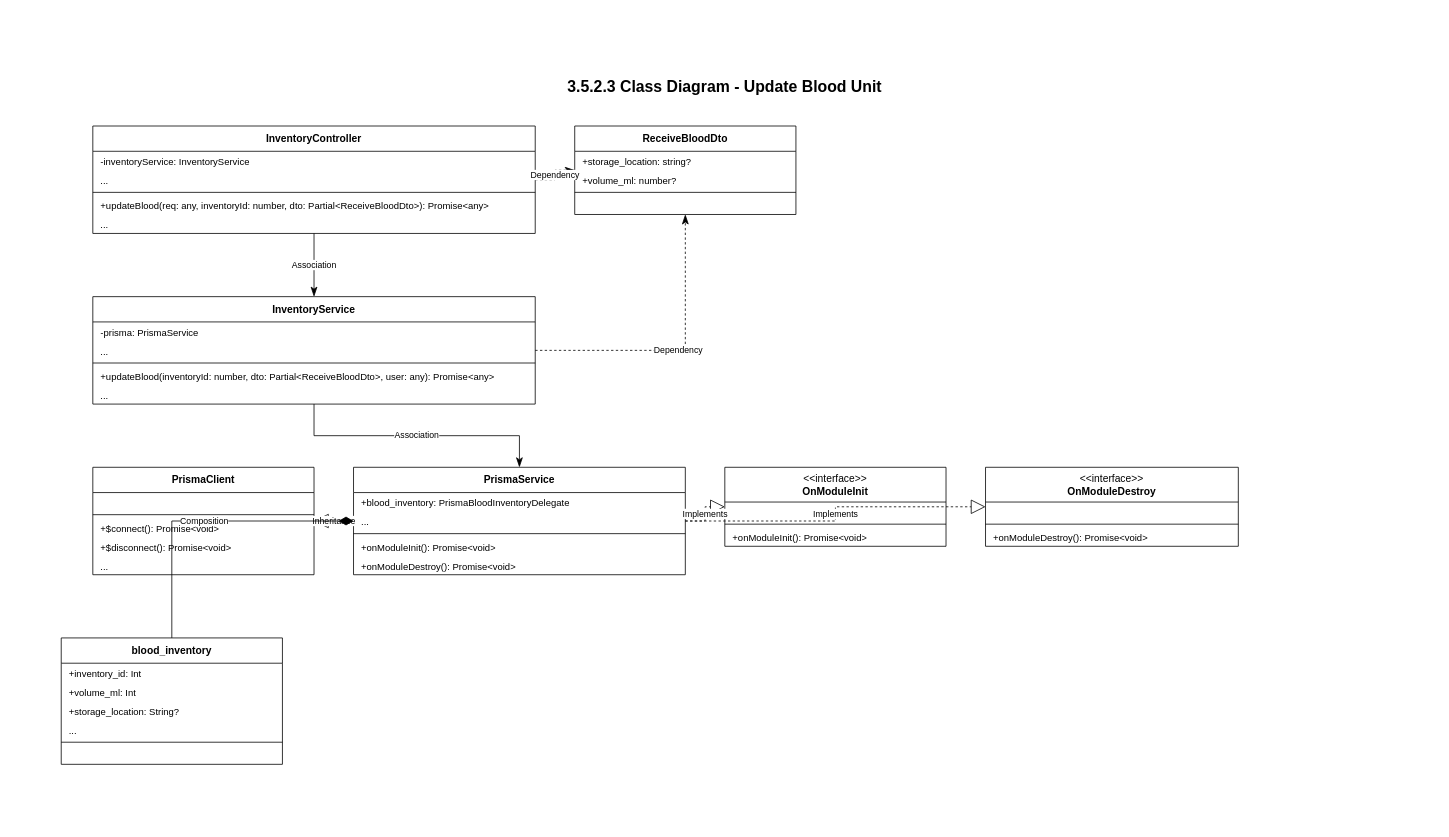
This is page "Update Blood Unit" (4 of 6) of inventory_all_class_diagrams.drawio from CuongBC195/class-diagram-donation-blood, a draw.io file, before an edit. Source tidied: cells renumbered, new cells numbered last; positions are measured from the earlier drawing's top-left corner, leaving out a move shared by most shapes. Both pictures are drawn from the tidied source at 79%, with x=0, y=0 at pixel (13, 70).
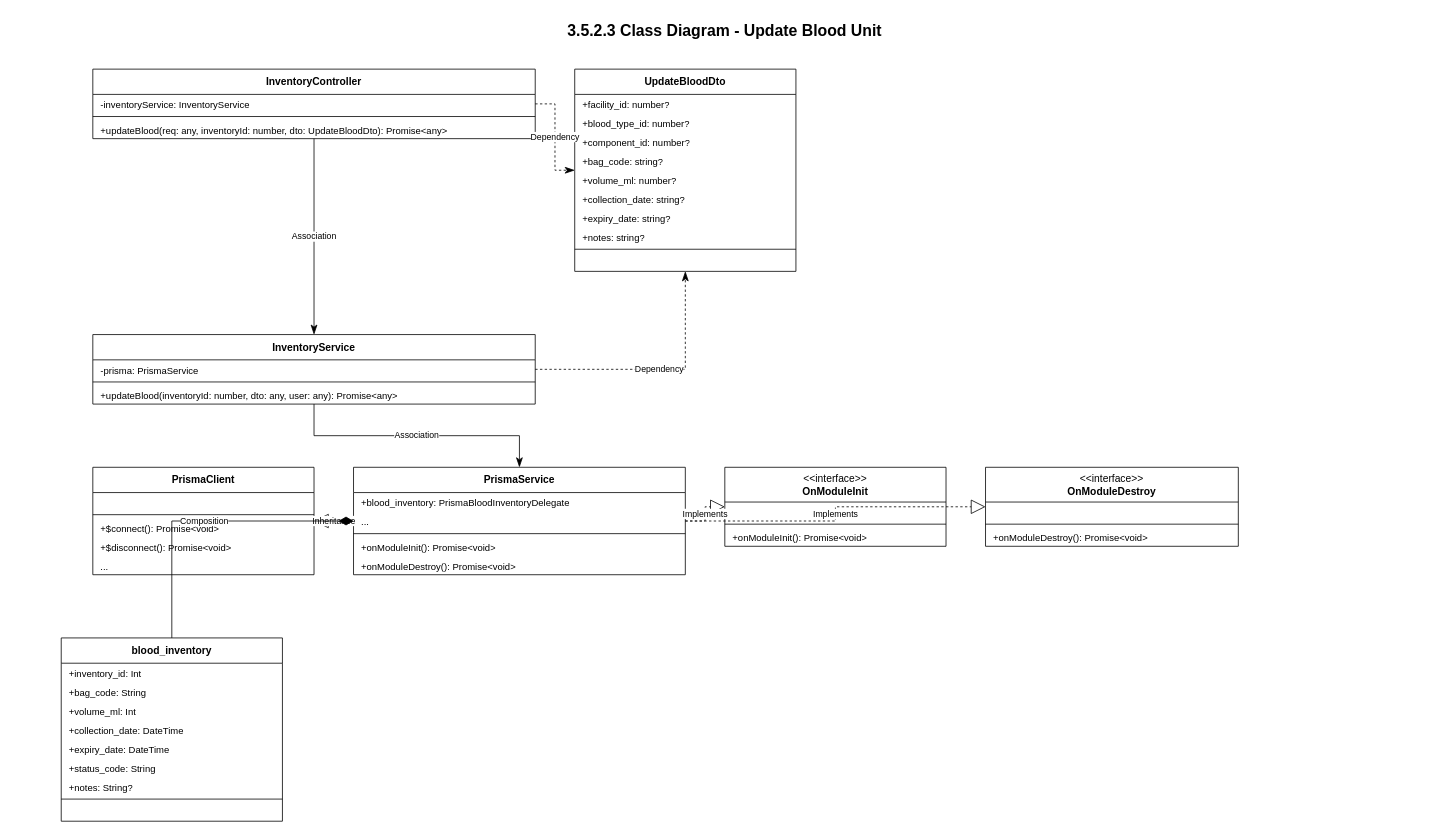
Above is the later version.

Commit message (it also covers changes not shown here):
fix(diagrams): audit Module 3.5 Blood Inventory (6 tabs) 100% matched with code & schema

The edit, as a diff of the source:
```diff
@@
     <mxCell id="2" value="3.5.2.3 Class Diagram - Update Blood Unit" style="text;html=1;strokeColor=none;fillColor=none;align=center;verticalAlign=middle;whiteSpace=wrap;rounded=0;fontFamily=Arial;fontSize=20;fontStyle=1;fontColor=#000000;" parent="1" vertex="1">
-      <mxGeometry width="1800" height="40" as="geometry" />
+      <mxGeometry y="-72" width="1800" height="40" as="geometry" />
     </mxCell>
     <mxCell id="3" value="&lt;b&gt;InventoryController&lt;/b&gt;" style="swimlane;fontStyle=0;horizontal=1;startSize=32;whiteSpace=wrap;html=1;fillColor=#ffffff;strokeColor=#000000;swimlaneFillColor=#ffffff;fontColor=#000000;fontFamily=Arial;fontSize=13;" parent="1" vertex="1">
-      <mxGeometry x="100" y="70" width="560" height="136" as="geometry" />
+      <mxGeometry x="100" y="-2" width="560" height="88" as="geometry" />
     </mxCell>
@@
-    <mxCell id="5" value="..." style="text;strokeColor=none;fillColor=none;align=left;verticalAlign=top;spacingLeft=8;spacingRight=8;overflow=hidden;whiteSpace=wrap;html=1;fontFamily=Arial;fontSize=12;fontColor=#000000;" parent="3" vertex="1">
-      <mxGeometry y="56" width="560" height="24" as="geometry" />
-    </mxCell>
     <mxCell id="6" style="line;strokeWidth=1;fillColor=none;strokeColor=#000000;align=left;verticalAlign=middle;" parent="3" vertex="1">
-      <mxGeometry y="80" width="560" height="8" as="geometry" />
+      <mxGeometry y="56" width="560" height="8" as="geometry" />
     </mxCell>
-    <mxCell id="7" value="+updateBlood(req: any, inventoryId: number, dto: Partial&amp;lt;ReceiveBloodDto&amp;gt;): Promise&amp;lt;any&amp;gt;" style="text;strokeColor=none;fillColor=none;align=left;verticalAlign=top;spacingLeft=8;spacingRight=8;overflow=hidden;whiteSpace=wrap;html=1;fontFamily=Arial;fontSize=12;fontColor=#000000;" parent="3" vertex="1">
-      <mxGeometry y="88" width="560" height="24" as="geometry" />
+    <mxCell id="7" value="+updateBlood(req: any, inventoryId: number, dto: UpdateBloodDto): Promise&amp;lt;any&amp;gt;" style="text;strokeColor=none;fillColor=none;align=left;verticalAlign=top;spacingLeft=8;spacingRight=8;overflow=hidden;whiteSpace=wrap;html=1;fontFamily=Arial;fontSize=12;fontColor=#000000;" parent="3" vertex="1">
+      <mxGeometry y="64" width="560" height="24" as="geometry" />
     </mxCell>
-    <mxCell id="8" value="..." style="text;strokeColor=none;fillColor=none;align=left;verticalAlign=top;spacingLeft=8;spacingRight=8;overflow=hidden;whiteSpace=wrap;html=1;fontFamily=Arial;fontSize=12;fontColor=#000000;" parent="3" vertex="1">
-      <mxGeometry y="112" width="560" height="24" as="geometry" />
-    </mxCell>
-    <mxCell id="9" value="&lt;b&gt;ReceiveBloodDto&lt;/b&gt;" style="swimlane;fontStyle=0;horizontal=1;startSize=32;whiteSpace=wrap;html=1;fillColor=#ffffff;strokeColor=#000000;swimlaneFillColor=#ffffff;fontColor=#000000;fontFamily=Arial;fontSize=13;" parent="1" vertex="1">
-      <mxGeometry x="710" y="70" width="280" height="112" as="geometry" />
-    </mxCell>
-    <mxCell id="10" value="+storage_location: string?" style="text;strokeColor=none;fillColor=none;align=left;verticalAlign=top;spacingLeft=8;spacingRight=8;overflow=hidden;whiteSpace=wrap;html=1;fontFamily=Arial;fontSize=12;fontColor=#000000;" parent="9" vertex="1">
-      <mxGeometry y="32" width="280" height="24" as="geometry" />
-    </mxCell>
+    <mxCell id="55" value="&lt;b&gt;UpdateBloodDto&lt;/b&gt;" style="swimlane;fontStyle=0;horizontal=1;startSize=32;whiteSpace=wrap;html=1;fillColor=#ffffff;strokeColor=#000000;swimlaneFillColor=#ffffff;fontColor=#000000;fontFamily=Arial;fontSize=13;" parent="1" vertex="1">
+      <mxGeometry x="710" y="-2" width="280" height="256" as="geometry" />
+    </mxCell>
+    <mxCell id="56" value="+facility_id: number?" style="text;strokeColor=none;fillColor=none;align=left;verticalAlign=top;spacingLeft=8;spacingRight=8;overflow=hidden;whiteSpace=wrap;html=1;fontFamily=Arial;fontSize=12;fontColor=#000000;" parent="55" vertex="1">
+      <mxGeometry y="32" width="280" height="24" as="geometry" />
+    </mxCell>
+    <mxCell id="57" value="+blood_type_id: number?" style="text;strokeColor=none;fillColor=none;align=left;verticalAlign=top;spacingLeft=8;spacingRight=8;overflow=hidden;whiteSpace=wrap;html=1;fontFamily=Arial;fontSize=12;fontColor=#000000;" parent="55" vertex="1">
+      <mxGeometry y="56" width="280" height="24" as="geometry" />
+    </mxCell>
+    <mxCell id="58" value="+component_id: number?" style="text;strokeColor=none;fillColor=none;align=left;verticalAlign=top;spacingLeft=8;spacingRight=8;overflow=hidden;whiteSpace=wrap;html=1;fontFamily=Arial;fontSize=12;fontColor=#000000;" parent="55" vertex="1">
+      <mxGeometry y="80" width="280" height="24" as="geometry" />
+    </mxCell>
+    <mxCell id="59" value="+bag_code: string?" style="text;strokeColor=none;fillColor=none;align=left;verticalAlign=top;spacingLeft=8;spacingRight=8;overflow=hidden;whiteSpace=wrap;html=1;fontFamily=Arial;fontSize=12;fontColor=#000000;" parent="55" vertex="1">
+      <mxGeometry y="104" width="280" height="24" as="geometry" />
+    </mxCell>
-    <mxCell id="11" value="+volume_ml: number?" style="text;strokeColor=none;fillColor=none;align=left;verticalAlign=top;spacingLeft=8;spacingRight=8;overflow=hidden;whiteSpace=wrap;html=1;fontFamily=Arial;fontSize=12;fontColor=#000000;" parent="9" vertex="1">
-      <mxGeometry y="56" width="280" height="24" as="geometry" />
+    <mxCell id="11" value="+volume_ml: number?" style="text;strokeColor=none;fillColor=none;align=left;verticalAlign=top;spacingLeft=8;spacingRight=8;overflow=hidden;whiteSpace=wrap;html=1;fontFamily=Arial;fontSize=12;fontColor=#000000;" parent="55" vertex="1">
+      <mxGeometry y="128" width="280" height="24" as="geometry" />
     </mxCell>
-    <mxCell id="12" style="line;strokeWidth=1;fillColor=none;strokeColor=#000000;align=left;verticalAlign=middle;" parent="9" vertex="1">
-      <mxGeometry y="80" width="280" height="8" as="geometry" />
-    </mxCell>
-    <mxCell id="13" value=" " style="text;strokeColor=none;fillColor=none;align=left;verticalAlign=top;spacingLeft=8;spacingRight=8;overflow=hidden;whiteSpace=wrap;html=1;fontFamily=Arial;fontSize=12;fontColor=#000000;" parent="9" vertex="1">
-      <mxGeometry y="88" width="280" height="24" as="geometry" />
-    </mxCell>
+    <mxCell id="60" value="+collection_date: string?" style="text;strokeColor=none;fillColor=none;align=left;verticalAlign=top;spacingLeft=8;spacingRight=8;overflow=hidden;whiteSpace=wrap;html=1;fontFamily=Arial;fontSize=12;fontColor=#000000;" parent="55" vertex="1">
+      <mxGeometry y="152" width="280" height="24" as="geometry" />
+    </mxCell>
+    <mxCell id="61" value="+expiry_date: string?" style="text;strokeColor=none;fillColor=none;align=left;verticalAlign=top;spacingLeft=8;spacingRight=8;overflow=hidden;whiteSpace=wrap;html=1;fontFamily=Arial;fontSize=12;fontColor=#000000;" parent="55" vertex="1">
+      <mxGeometry y="176" width="280" height="24" as="geometry" />
+    </mxCell>
+    <mxCell id="62" value="+notes: string?" style="text;strokeColor=none;fillColor=none;align=left;verticalAlign=top;spacingLeft=8;spacingRight=8;overflow=hidden;whiteSpace=wrap;html=1;fontFamily=Arial;fontSize=12;fontColor=#000000;" parent="55" vertex="1">
+      <mxGeometry y="200" width="280" height="24" as="geometry" />
+    </mxCell>
+    <mxCell id="63" style="line;strokeWidth=1;fillColor=none;strokeColor=#000000;align=left;verticalAlign=middle;" parent="55" vertex="1">
+      <mxGeometry y="224" width="280" height="8" as="geometry" />
+    </mxCell>
+    <mxCell id="64" value=" " style="text;strokeColor=none;fillColor=none;align=left;verticalAlign=top;spacingLeft=8;spacingRight=8;overflow=hidden;whiteSpace=wrap;html=1;fontFamily=Arial;fontSize=12;fontColor=#000000;" parent="55" vertex="1">
+      <mxGeometry y="232" width="280" height="24" as="geometry" />
+    </mxCell>
     <mxCell id="14" value="&lt;b&gt;InventoryService&lt;/b&gt;" style="swimlane;fontStyle=0;horizontal=1;startSize=32;whiteSpace=wrap;html=1;fillColor=#ffffff;strokeColor=#000000;swimlaneFillColor=#ffffff;fontColor=#000000;fontFamily=Arial;fontSize=13;" parent="1" vertex="1">
-      <mxGeometry x="100" y="286" width="560" height="136" as="geometry" />
+      <mxGeometry x="100" y="334" width="560" height="88" as="geometry" />
     </mxCell>
@@
-    <mxCell id="16" value="..." style="text;strokeColor=none;fillColor=none;align=left;verticalAlign=top;spacingLeft=8;spacingRight=8;overflow=hidden;whiteSpace=wrap;html=1;fontFamily=Arial;fontSize=12;fontColor=#000000;" parent="14" vertex="1">
-      <mxGeometry y="56" width="560" height="24" as="geometry" />
-    </mxCell>
     <mxCell id="17" style="line;strokeWidth=1;fillColor=none;strokeColor=#000000;align=left;verticalAlign=middle;" parent="14" vertex="1">
-      <mxGeometry y="80" width="560" height="8" as="geometry" />
+      <mxGeometry y="56" width="560" height="8" as="geometry" />
     </mxCell>
-    <mxCell id="18" value="+updateBlood(inventoryId: number, dto: Partial&amp;lt;ReceiveBloodDto&amp;gt;, user: any): Promise&amp;lt;any&amp;gt;" style="text;strokeColor=none;fillColor=none;align=left;verticalAlign=top;spacingLeft=8;spacingRight=8;overflow=hidden;whiteSpace=wrap;html=1;fontFamily=Arial;fontSize=12;fontColor=#000000;" parent="14" vertex="1">
-      <mxGeometry y="88" width="560" height="24" as="geometry" />
+    <mxCell id="18" value="+updateBlood(inventoryId: number, dto: any, user: any): Promise&amp;lt;any&amp;gt;" style="text;strokeColor=none;fillColor=none;align=left;verticalAlign=top;spacingLeft=8;spacingRight=8;overflow=hidden;whiteSpace=wrap;html=1;fontFamily=Arial;fontSize=12;fontColor=#000000;" parent="14" vertex="1">
+      <mxGeometry y="64" width="560" height="24" as="geometry" />
     </mxCell>
-    <mxCell id="19" value="..." style="text;strokeColor=none;fillColor=none;align=left;verticalAlign=top;spacingLeft=8;spacingRight=8;overflow=hidden;whiteSpace=wrap;html=1;fontFamily=Arial;fontSize=12;fontColor=#000000;" parent="14" vertex="1">
-      <mxGeometry y="112" width="560" height="24" as="geometry" />
-    </mxCell>
@@
     <mxCell id="40" value="&lt;b&gt;blood_inventory&lt;/b&gt;" style="swimlane;fontStyle=0;horizontal=1;startSize=32;whiteSpace=wrap;html=1;fillColor=#ffffff;strokeColor=#000000;swimlaneFillColor=#ffffff;fontColor=#000000;fontFamily=Arial;fontSize=13;" parent="1" vertex="1">
-      <mxGeometry x="60" y="718" width="280" height="160" as="geometry" />
+      <mxGeometry x="60" y="718" width="280" height="232" as="geometry" />
     </mxCell>
@@
-    <mxCell id="42" value="+volume_ml: Int" style="text;strokeColor=none;fillColor=none;align=left;verticalAlign=top;spacingLeft=8;spacingRight=8;overflow=hidden;whiteSpace=wrap;html=1;fontFamily=Arial;fontSize=12;fontColor=#000000;" parent="40" vertex="1">
+    <mxCell id="42" value="+bag_code: String" style="text;strokeColor=none;fillColor=none;align=left;verticalAlign=top;spacingLeft=8;spacingRight=8;overflow=hidden;whiteSpace=wrap;html=1;fontFamily=Arial;fontSize=12;fontColor=#000000;" parent="40" vertex="1">
       <mxGeometry y="56" width="280" height="24" as="geometry" />
     </mxCell>
-    <mxCell id="43" value="+storage_location: String?" style="text;strokeColor=none;fillColor=none;align=left;verticalAlign=top;spacingLeft=8;spacingRight=8;overflow=hidden;whiteSpace=wrap;html=1;fontFamily=Arial;fontSize=12;fontColor=#000000;" parent="40" vertex="1">
+    <mxCell id="43" value="+volume_ml: Int" style="text;strokeColor=none;fillColor=none;align=left;verticalAlign=top;spacingLeft=8;spacingRight=8;overflow=hidden;whiteSpace=wrap;html=1;fontFamily=Arial;fontSize=12;fontColor=#000000;" parent="40" vertex="1">
       <mxGeometry y="80" width="280" height="24" as="geometry" />
     </mxCell>
-    <mxCell id="44" value="..." style="text;strokeColor=none;fillColor=none;align=left;verticalAlign=top;spacingLeft=8;spacingRight=8;overflow=hidden;whiteSpace=wrap;html=1;fontFamily=Arial;fontSize=12;fontColor=#000000;" parent="40" vertex="1">
+    <mxCell id="44" value="+collection_date: DateTime" style="text;strokeColor=none;fillColor=none;align=left;verticalAlign=top;spacingLeft=8;spacingRight=8;overflow=hidden;whiteSpace=wrap;html=1;fontFamily=Arial;fontSize=12;fontColor=#000000;" parent="40" vertex="1">
       <mxGeometry y="104" width="280" height="24" as="geometry" />
     </mxCell>
+    <mxCell id="65" value="+expiry_date: DateTime" style="text;strokeColor=none;fillColor=none;align=left;verticalAlign=top;spacingLeft=8;spacingRight=8;overflow=hidden;whiteSpace=wrap;html=1;fontFamily=Arial;fontSize=12;fontColor=#000000;" parent="40" vertex="1">
+      <mxGeometry y="128" width="280" height="24" as="geometry" />
+    </mxCell>
+    <mxCell id="66" value="+status_code: String" style="text;strokeColor=none;fillColor=none;align=left;verticalAlign=top;spacingLeft=8;spacingRight=8;overflow=hidden;whiteSpace=wrap;html=1;fontFamily=Arial;fontSize=12;fontColor=#000000;" parent="40" vertex="1">
+      <mxGeometry y="152" width="280" height="24" as="geometry" />
+    </mxCell>
+    <mxCell id="67" value="+notes: String?" style="text;strokeColor=none;fillColor=none;align=left;verticalAlign=top;spacingLeft=8;spacingRight=8;overflow=hidden;whiteSpace=wrap;html=1;fontFamily=Arial;fontSize=12;fontColor=#000000;" parent="40" vertex="1">
+      <mxGeometry y="176" width="280" height="24" as="geometry" />
+    </mxCell>
     <mxCell id="45" style="line;strokeWidth=1;fillColor=none;strokeColor=#000000;align=left;verticalAlign=middle;" parent="40" vertex="1">
-      <mxGeometry y="128" width="280" height="8" as="geometry" />
+      <mxGeometry y="200" width="280" height="8" as="geometry" />
     </mxCell>
     <mxCell id="46" value=" " style="text;strokeColor=none;fillColor=none;align=left;verticalAlign=top;spacingLeft=8;spacingRight=8;overflow=hidden;whiteSpace=wrap;html=1;fontFamily=Arial;fontSize=12;fontColor=#000000;" parent="40" vertex="1">
-      <mxGeometry y="136" width="280" height="24" as="geometry" />
+      <mxGeometry y="208" width="280" height="24" as="geometry" />
     </mxCell>
@@
-    <mxCell id="48" value="Dependency" style="html=1;rounded=0;edgeStyle=orthogonalEdgeStyle;strokeColor=#000000;fontColor=#000000;labelBackgroundColor=#ffffff;fontFamily=Arial;fontSize=11;dashed=1;endArrow=classicThin;endFill=1;endSize=10;" parent="1" edge="1" source="3" target="9">
+    <mxCell id="48" value="Dependency" style="html=1;rounded=0;edgeStyle=orthogonalEdgeStyle;strokeColor=#000000;fontColor=#000000;labelBackgroundColor=#ffffff;fontFamily=Arial;fontSize=11;dashed=1;endArrow=classicThin;endFill=1;endSize=10;" parent="1" edge="1" source="3" target="55">
       <mxGeometry relative="1" as="geometry" />
     </mxCell>
@@
-    <mxCell id="50" value="Dependency" style="html=1;rounded=0;edgeStyle=orthogonalEdgeStyle;strokeColor=#000000;fontColor=#000000;labelBackgroundColor=#ffffff;fontFamily=Arial;fontSize=11;dashed=1;endArrow=classicThin;endFill=1;endSize=10;" parent="1" edge="1" source="14" target="9">
+    <mxCell id="50" value="Dependency" style="html=1;rounded=0;edgeStyle=orthogonalEdgeStyle;strokeColor=#000000;fontColor=#000000;labelBackgroundColor=#ffffff;fontFamily=Arial;fontSize=11;dashed=1;endArrow=classicThin;endFill=1;endSize=10;" parent="1" edge="1" source="14" target="55">
       <mxGeometry relative="1" as="geometry" />
     </mxCell>
```
